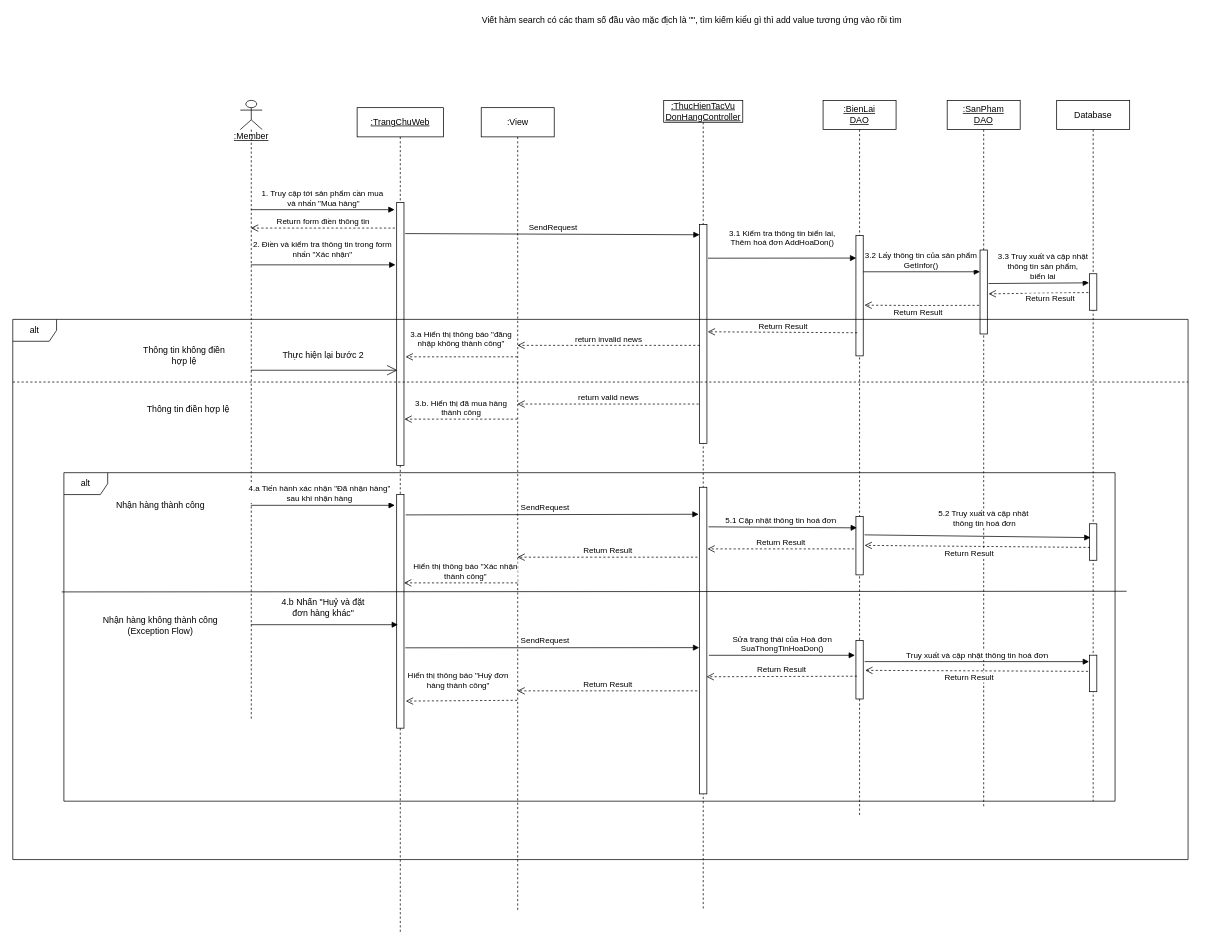
VoVanDuc20110635/DoAnCongNghePhanMem keeps this draw.io diagram as page "ThucHienTacVuDonHang_ConsequenceDiagram" (10 of 32) of do_an_cong_nghe_phan_mem.drawio. Above is the earlier version. Source tidied: cells renumbered, new cells numbered last; positions are measured from the earlier drawing's top-left corner, leaving out a move shared by most shapes. Both pictures are drawn from the tidied source at 73%, with x=0, y=0 at pixel (12, 12).
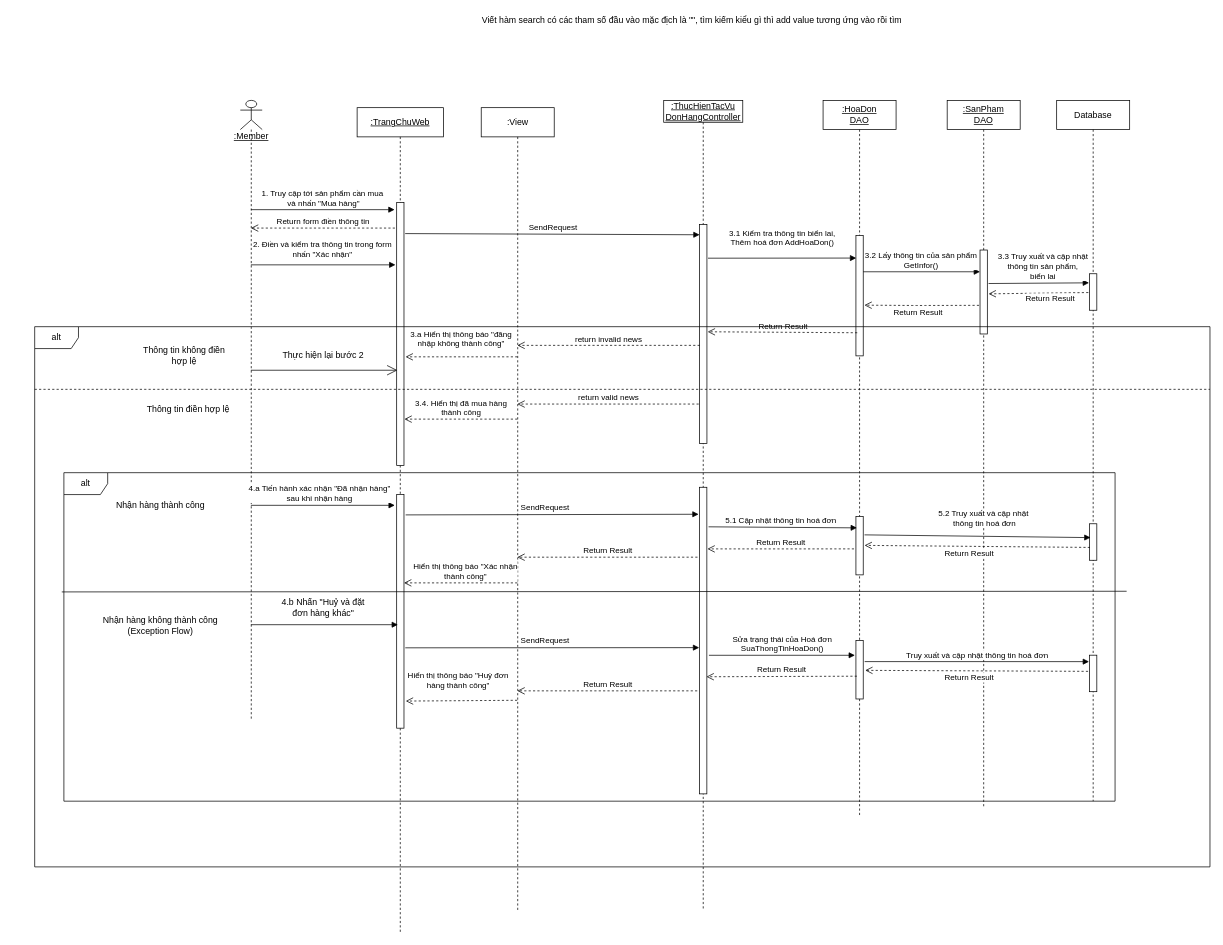
After the change.

The change refers to these unchanged cells:
```xml
<mxCell id="3" style="html=1;points=[];perimeter=orthogonalPerimeter;" parent="2" vertex="1">
  <mxGeometry x="54.2" y="130" width="10" height="360" as="geometry" />
</mxCell>
<mxCell id="18" value=":View" style="shape=umlLifeline;perimeter=lifelinePerimeter;whiteSpace=wrap;html=1;outlineConnect=0;" parent="1" vertex="1">
  <mxGeometry x="641.7" y="130" width="100" height="1100" as="geometry" />
</mxCell>
```

Diff of the diagram source:
```diff
@@
-    <mxCell id="10" value="3.b. Hiển thị đã mua hàng &lt;br&gt;thành công" style="html=1;verticalAlign=bottom;endArrow=open;dashed=1;endSize=8;entryX=1.056;entryY=0.824;entryDx=0;entryDy=0;entryPerimeter=0;" parent="1" edge="1" source="18" target="3">
+    <mxCell id="10" value="3.4. Hiển thị đã mua hàng &lt;br&gt;thành công" style="html=1;verticalAlign=bottom;endArrow=open;dashed=1;endSize=8;entryX=1.056;entryY=0.824;entryDx=0;entryDy=0;entryPerimeter=0;" parent="1" edge="1" source="18" target="3">
       <mxGeometry relative="1" as="geometry" />
     </mxCell>
@@
-    <mxCell id="19" value="&lt;u&gt;:BienLai&lt;br&gt;DAO&lt;/u&gt;" style="shape=umlLifeline;perimeter=lifelinePerimeter;whiteSpace=wrap;html=1;outlineConnect=0;" parent="1" vertex="1">
+    <mxCell id="19" value="&lt;u&gt;:HoaDon&lt;br&gt;DAO&lt;/u&gt;" style="shape=umlLifeline;perimeter=lifelinePerimeter;whiteSpace=wrap;html=1;outlineConnect=0;" parent="1" vertex="1">
       <mxGeometry x="1110" y="120" width="100" height="980" as="geometry" />
     </mxCell>
@@
     <mxCell id="38" value="alt" style="shape=umlFrame;whiteSpace=wrap;html=1;" parent="1" vertex="1">
-      <mxGeometry y="420" width="1610" height="740" as="geometry" />
+      <mxGeometry x="30" y="430" width="1610" height="740" as="geometry" />
     </mxCell>
```
